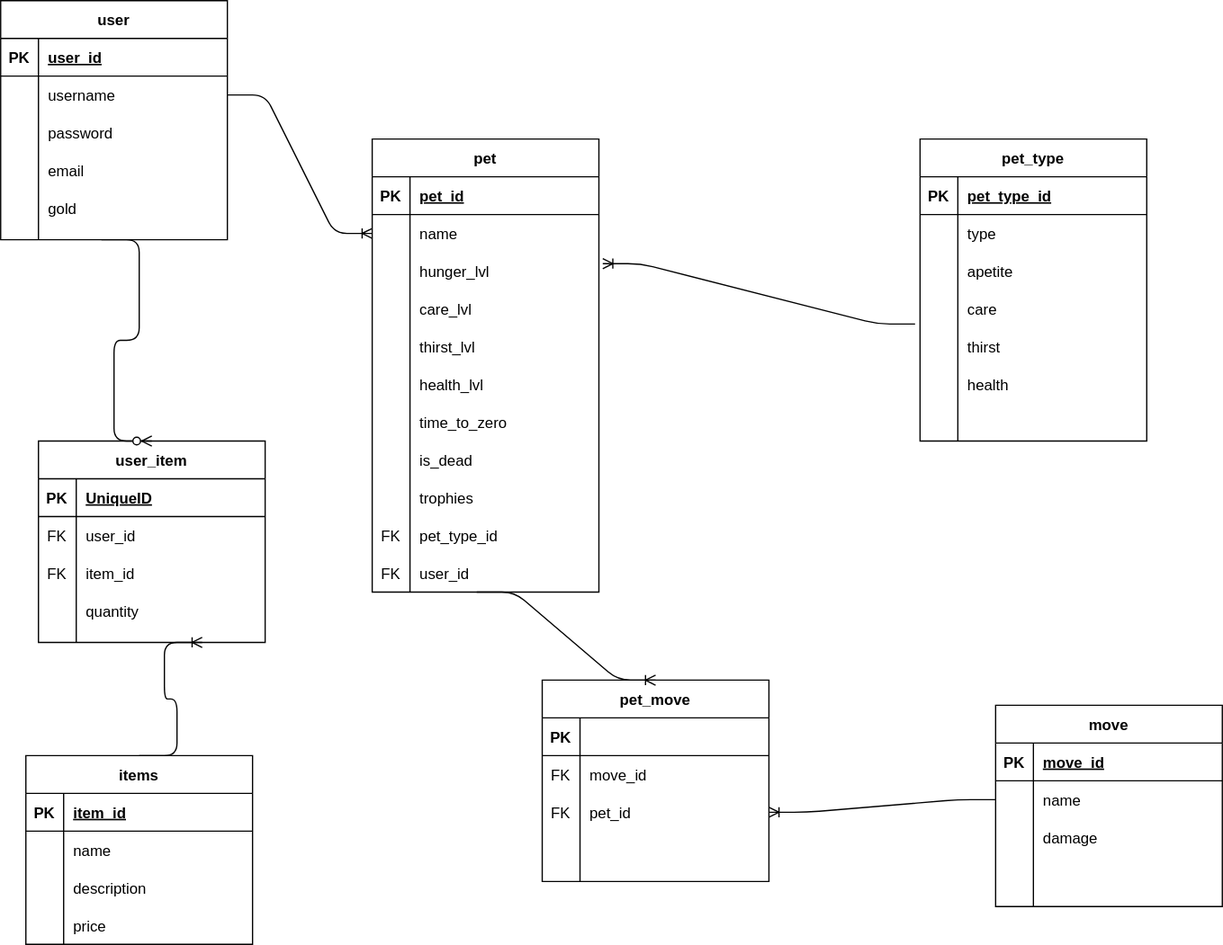
Earlier version of the draw.io export plan/schema-planning.svg (chinnep/DigiPets). Source tidied: cells renumbered, new cells last; positions are measured from the earlier drawing's top-left corner, leaving out a move shared by most shapes.
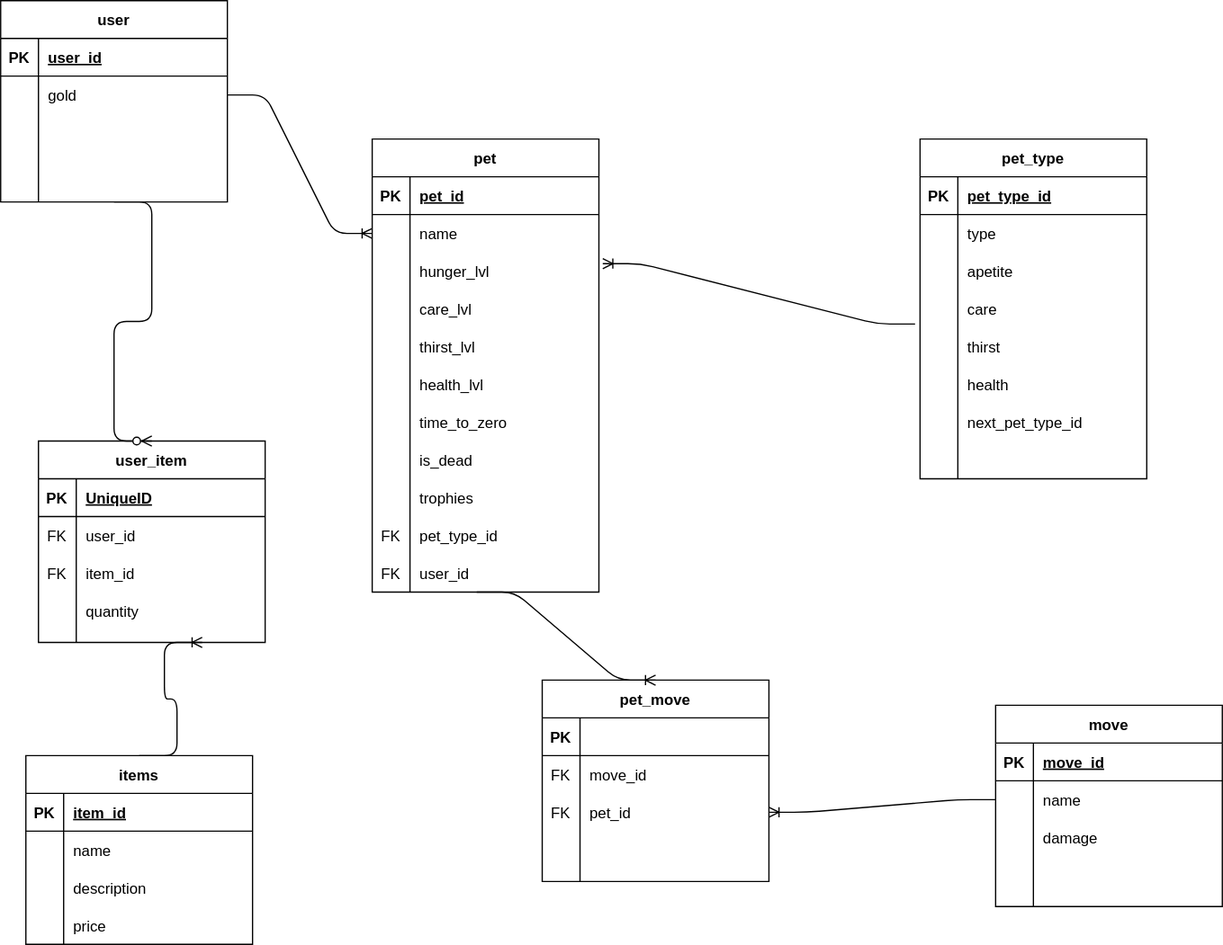
After the commit.

What changed in the source:
```diff
@@ -182,10 +182,8 @@
     <mxCell id="61" value="price" style="shape=partialRectangle;fillColor=none;top=0;left=0;bottom=0;right=0;align=left;spacingLeft=6;overflow=hidden;" parent="59" vertex="1">
       <mxGeometry x="30" width="150" height="30" as="geometry" />
     </mxCell>
-    <mxCell id="62" style="edgeStyle=entityRelationEdgeStyle;fontSize=12;html=1;endArrow=ERzeroToMany;endFill=1;entryX=0.5;entryY=0;entryDx=0;entryDy=0;" parent="1" edge="1" target="36">
-      <mxGeometry relative="1" as="geometry">
-        <mxPoint x="80" y="190" as="sourcePoint" />
-      </mxGeometry>
+    <mxCell id="62" style="edgeStyle=entityRelationEdgeStyle;fontSize=12;html=1;endArrow=ERzeroToMany;endFill=1;entryX=0.5;entryY=0;entryDx=0;entryDy=0;exitX=0.5;exitY=1;exitDx=0;exitDy=0;" parent="1" edge="1" source="116" target="36">
+      <mxGeometry relative="1" as="geometry" />
     </mxCell>
     <mxCell id="63" style="edgeStyle=entityRelationEdgeStyle;fontSize=12;html=1;endArrow=ERoneToMany;exitX=0.5;exitY=0;exitDx=0;exitDy=0;" parent="1" edge="1" source="49">
       <mxGeometry relative="1" as="geometry">
@@ -193,7 +191,7 @@
       </mxGeometry>
     </mxCell>
     <mxCell id="64" value="pet_type" style="shape=table;startSize=30;rowLines=0;fontStyle=1;align=center;" parent="1" vertex="1">
-      <mxGeometry x="730" y="110" width="180" height="240" as="geometry" />
+      <mxGeometry x="730" y="110" width="180" height="270" as="geometry" />
     </mxCell>
     <mxCell id="65" style="shape=partialRectangle;fillColor=none;top=0;left=0;bottom=1;right=0;" parent="64" vertex="1">
       <mxGeometry y="30" width="180" height="30" as="geometry" />
@@ -249,8 +247,17 @@
     <mxCell id="82" value="health" style="shape=partialRectangle;fillColor=none;top=0;left=0;bottom=0;right=0;align=left;spacingLeft=6;overflow=hidden;" parent="80" vertex="1">
       <mxGeometry x="30" width="150" height="30" as="geometry" />
     </mxCell>
+    <mxCell id="132" style="shape=partialRectangle;fillColor=none;top=0;left=0;bottom=0;right=0;" parent="64" vertex="1">
+      <mxGeometry y="210" width="180" height="30" as="geometry" />
+    </mxCell>
+    <mxCell id="127" style="shape=partialRectangle;fillColor=none;top=0;left=0;bottom=0;right=0;overflow=hidden;" parent="132" vertex="1">
+      <mxGeometry width="30" height="30" as="geometry" />
+    </mxCell>
+    <mxCell id="133" value="next_pet_type_id" style="shape=partialRectangle;fillColor=none;top=0;left=0;bottom=0;right=0;align=left;spacingLeft=6;overflow=hidden;" parent="132" vertex="1">
+      <mxGeometry x="30" width="150" height="30" as="geometry" />
+    </mxCell>
     <mxCell id="83" style="shape=partialRectangle;fillColor=none;top=0;left=0;bottom=0;right=0;" parent="64" vertex="1">
-      <mxGeometry y="210" width="180" height="30" as="geometry" />
+      <mxGeometry y="240" width="180" height="30" as="geometry" />
     </mxCell>
     <mxCell id="84" style="shape=partialRectangle;fillColor=none;top=0;left=0;bottom=0;right=0;overflow=hidden;" parent="83" vertex="1">
       <mxGeometry width="30" height="30" as="geometry" />
@@ -351,7 +358,7 @@
       <mxGeometry relative="1" as="geometry" />
     </mxCell>
     <mxCell id="116" value="user" style="shape=table;startSize=30;rowLines=0;fontStyle=1;align=center;" parent="1" vertex="1">
-      <mxGeometry width="180" height="190" as="geometry" />
+      <mxGeometry width="180" height="160" as="geometry" />
     </mxCell>
     <mxCell id="117" style="shape=partialRectangle;fillColor=none;top=0;left=0;bottom=1;right=0;" parent="116" vertex="1">
       <mxGeometry y="30" width="180" height="30" as="geometry" />
@@ -368,7 +375,7 @@
     <mxCell id="121" style="shape=partialRectangle;fillColor=none;top=0;left=0;bottom=0;right=0;overflow=hidden;" parent="120" vertex="1">
       <mxGeometry width="30" height="30" as="geometry" />
     </mxCell>
-    <mxCell id="122" value="username" style="shape=partialRectangle;fillColor=none;top=0;left=0;bottom=0;right=0;align=left;spacingLeft=6;overflow=hidden;" parent="120" vertex="1">
+    <mxCell id="122" value="gold" style="shape=partialRectangle;fillColor=none;top=0;left=0;bottom=0;right=0;align=left;spacingLeft=6;overflow=hidden;" parent="120" vertex="1">
       <mxGeometry x="30" width="150" height="30" as="geometry" />
     </mxCell>
     <mxCell id="123" style="shape=partialRectangle;fillColor=none;top=0;left=0;bottom=0;right=0;" parent="116" vertex="1">
@@ -377,25 +384,16 @@
     <mxCell id="124" style="shape=partialRectangle;fillColor=none;top=0;left=0;bottom=0;right=0;overflow=hidden;" parent="123" vertex="1">
       <mxGeometry width="30" height="30" as="geometry" />
     </mxCell>
-    <mxCell id="125" value="password" style="shape=partialRectangle;fillColor=none;top=0;left=0;bottom=0;right=0;align=left;spacingLeft=6;overflow=hidden;" parent="123" vertex="1">
+    <mxCell id="125" style="shape=partialRectangle;fillColor=none;top=0;left=0;bottom=0;right=0;align=left;spacingLeft=6;overflow=hidden;" parent="123" vertex="1">
       <mxGeometry x="30" width="150" height="30" as="geometry" />
     </mxCell>
-    <mxCell id="126" style="shape=partialRectangle;fillColor=none;top=0;left=0;bottom=0;right=0;" parent="116" vertex="1">
-      <mxGeometry y="120" width="180" height="30" as="geometry" />
-    </mxCell>
-    <mxCell id="127" style="shape=partialRectangle;fillColor=none;top=0;left=0;bottom=0;right=0;overflow=hidden;" parent="126" vertex="1">
-      <mxGeometry width="30" height="30" as="geometry" />
-    </mxCell>
-    <mxCell id="128" value="email" style="shape=partialRectangle;fillColor=none;top=0;left=0;bottom=0;right=0;align=left;spacingLeft=6;overflow=hidden;" parent="126" vertex="1">
-      <mxGeometry x="30" width="150" height="30" as="geometry" />
-    </mxCell>
     <mxCell id="129" style="shape=partialRectangle;fillColor=none;top=0;left=0;bottom=0;right=0;" parent="116" vertex="1">
-      <mxGeometry y="150" width="180" height="30" as="geometry" />
+      <mxGeometry y="120" width="180" height="30" as="geometry" />
     </mxCell>
     <mxCell id="130" style="shape=partialRectangle;fillColor=none;top=0;left=0;bottom=0;right=0;overflow=hidden;" parent="129" vertex="1">
       <mxGeometry width="30" height="30" as="geometry" />
     </mxCell>
-    <mxCell id="131" value="gold" style="shape=partialRectangle;fillColor=none;top=0;left=0;bottom=0;right=0;align=left;spacingLeft=6;overflow=hidden;" parent="129" vertex="1">
+    <mxCell id="131" style="shape=partialRectangle;fillColor=none;top=0;left=0;bottom=0;right=0;align=left;spacingLeft=6;overflow=hidden;" parent="129" vertex="1">
       <mxGeometry x="30" width="150" height="30" as="geometry" />
     </mxCell>
   </root>
```
